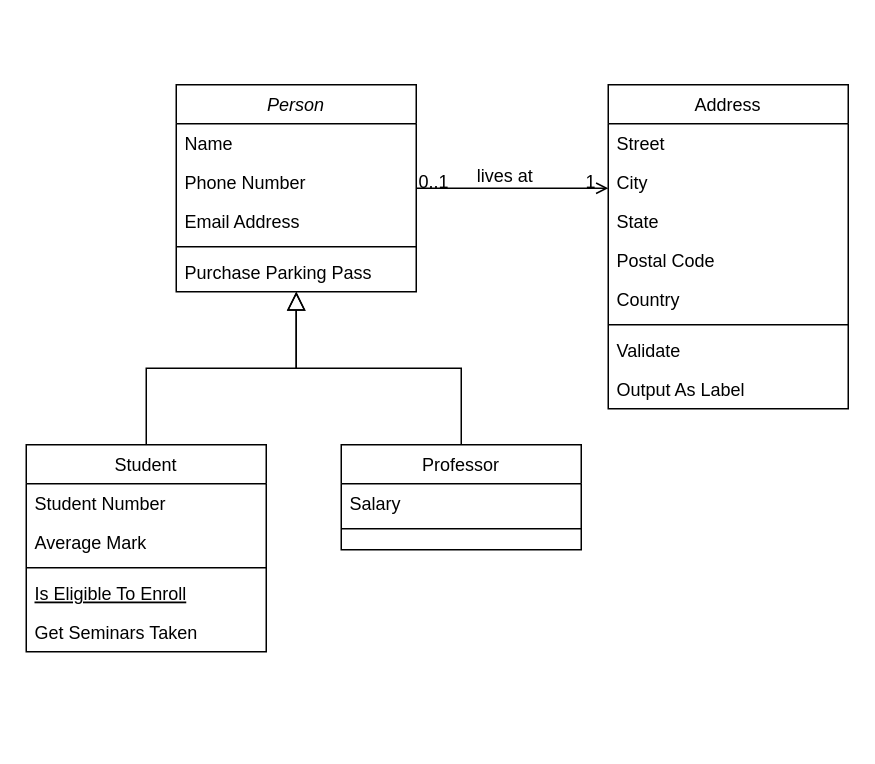
sehwan2/test keeps this draw.io diagram as 제목 없는 다이어그램.drawio. Above is the earlier version. Source tidied: cells renumbered, new cells numbered last; positions are measured from the earlier drawing's top-left corner, leaving out a move shared by most shapes. Both pictures are drawn from the tidied source at 150%, with x=0, y=0 at pixel (26, 84).
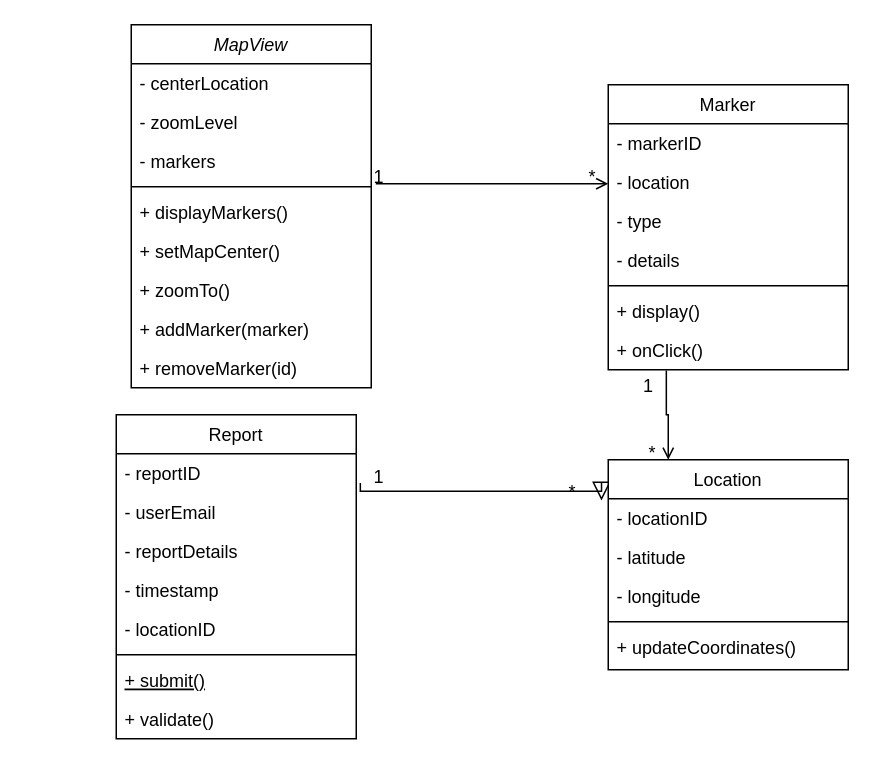
After the change.

Commit message:
제목 없는 다이어그램.drawio 업데이트

Change to the diagram source:
```diff
@@
-    <mxCell id="2" value="Person" style="swimlane;fontStyle=2;align=center;verticalAlign=top;horizontal=1;startSize=26;rounded=0;shadow=0;strokeWidth=1;" parent="1" vertex="1">
-      <mxGeometry x="100" width="160" height="138" as="geometry" />
+    <mxCell id="2" value="MapView" style="swimlane;fontStyle=2;align=center;verticalAlign=top;horizontal=1;startSize=26;rounded=0;shadow=0;strokeWidth=1;" parent="1" vertex="1">
+      <mxGeometry x="70" y="-40" width="160" height="242" as="geometry" />
     </mxCell>
-    <mxCell id="3" value="Name" style="text;align=left;verticalAlign=top;spacingLeft=4;spacingRight=4;overflow=hidden;" parent="2" vertex="1">
+    <mxCell id="3" value="- centerLocation" style="text;align=left;verticalAlign=top;spacingLeft=4;spacingRight=4;overflow=hidden;" parent="2" vertex="1">
       <mxGeometry y="26" width="160" height="26" as="geometry" />
     </mxCell>
-    <mxCell id="4" value="Phone Number" style="text;align=left;verticalAlign=top;spacingLeft=4;spacingRight=4;overflow=hidden;rounded=0;shadow=0;html=0;" parent="2" vertex="1">
+    <mxCell id="4" value="- zoomLevel" style="text;align=left;verticalAlign=top;spacingLeft=4;spacingRight=4;overflow=hidden;rounded=0;shadow=0;html=0;" parent="2" vertex="1">
       <mxGeometry y="52" width="160" height="26" as="geometry" />
     </mxCell>
-    <mxCell id="5" value="Email Address" style="text;align=left;verticalAlign=top;spacingLeft=4;spacingRight=4;overflow=hidden;rounded=0;shadow=0;html=0;" parent="2" vertex="1">
-      <mxGeometry y="78" width="160" height="26" as="geometry" />
-    </mxCell>
+    <mxCell id="32" value="- markers  " style="text;align=left;verticalAlign=top;spacingLeft=4;spacingRight=4;overflow=hidden;points=[[0,0.5],[1,0.5]];portConstraint=eastwest;rounded=0;shadow=0;html=0;" parent="2" vertex="1">
+      <mxGeometry y="78" width="160" height="26" as="geometry" />
+    </mxCell>
@@
-    <mxCell id="7" value="Purchase Parking Pass" style="text;align=left;verticalAlign=top;spacingLeft=4;spacingRight=4;overflow=hidden;" parent="2" vertex="1">
+    <mxCell id="7" value="+ displayMarkers()" style="text;align=left;verticalAlign=top;spacingLeft=4;spacingRight=4;overflow=hidden;" parent="2" vertex="1">
       <mxGeometry y="112" width="160" height="26" as="geometry" />
     </mxCell>
+    <mxCell id="33" value="+ setMapCenter()" style="text;align=left;verticalAlign=top;spacingLeft=4;spacingRight=4;overflow=hidden;" parent="2" vertex="1">
+      <mxGeometry y="138" width="160" height="26" as="geometry" />
+    </mxCell>
+    <mxCell id="34" value="+ zoomTo()" style="text;align=left;verticalAlign=top;spacingLeft=4;spacingRight=4;overflow=hidden;" parent="2" vertex="1">
+      <mxGeometry y="164" width="160" height="26" as="geometry" />
+    </mxCell>
+    <mxCell id="35" value="+ addMarker(marker)" style="text;align=left;verticalAlign=top;spacingLeft=4;spacingRight=4;overflow=hidden;" parent="2" vertex="1">
+      <mxGeometry y="190" width="160" height="26" as="geometry" />
+    </mxCell>
+    <mxCell id="36" value="+ removeMarker(id)" style="text;align=left;verticalAlign=top;spacingLeft=4;spacingRight=4;overflow=hidden;" parent="2" vertex="1">
+      <mxGeometry y="216" width="160" height="26" as="geometry" />
+    </mxCell>
-    <mxCell id="8" value="Student" style="swimlane;fontStyle=0;align=center;verticalAlign=top;horizontal=1;startSize=26;rounded=0;shadow=0;strokeWidth=1;" parent="1" vertex="1">
-      <mxGeometry y="240" width="160" height="138" as="geometry" />
+    <mxCell id="8" value="Report" style="swimlane;fontStyle=0;align=center;verticalAlign=top;horizontal=1;startSize=26;rounded=0;shadow=0;strokeWidth=1;" parent="1" vertex="1">
+      <mxGeometry x="60" y="220" width="160" height="216" as="geometry" />
     </mxCell>
-    <mxCell id="9" value="Student Number" style="text;align=left;verticalAlign=top;spacingLeft=4;spacingRight=4;overflow=hidden;points=[[0,0.5],[1,0.5]];portConstraint=eastwest;" parent="8" vertex="1">
+    <mxCell id="9" value="- reportID" style="text;align=left;verticalAlign=top;spacingLeft=4;spacingRight=4;overflow=hidden;points=[[0,0.5],[1,0.5]];portConstraint=eastwest;" parent="8" vertex="1">
       <mxGeometry y="26" width="160" height="26" as="geometry" />
     </mxCell>
-    <mxCell id="10" value="Average Mark" style="text;align=left;verticalAlign=top;spacingLeft=4;spacingRight=4;overflow=hidden;rounded=0;shadow=0;html=0;" parent="8" vertex="1">
+    <mxCell id="10" value="- userEmail" style="text;align=left;verticalAlign=top;spacingLeft=4;spacingRight=4;overflow=hidden;rounded=0;shadow=0;html=0;" parent="8" vertex="1">
       <mxGeometry y="52" width="160" height="26" as="geometry" />
     </mxCell>
+    <mxCell id="37" value="- reportDetails" style="text;align=left;verticalAlign=top;spacingLeft=4;spacingRight=4;overflow=hidden;rounded=0;shadow=0;html=0;" parent="8" vertex="1">
+      <mxGeometry y="78" width="160" height="26" as="geometry" />
+    </mxCell>
+    <mxCell id="38" value="- timestamp" style="text;align=left;verticalAlign=top;spacingLeft=4;spacingRight=4;overflow=hidden;rounded=0;shadow=0;html=0;" parent="8" vertex="1">
+      <mxGeometry y="104" width="160" height="26" as="geometry" />
+    </mxCell>
+    <mxCell id="39" value="- locationID" style="text;align=left;verticalAlign=top;spacingLeft=4;spacingRight=4;overflow=hidden;rounded=0;shadow=0;html=0;" parent="8" vertex="1">
+      <mxGeometry y="130" width="160" height="26" as="geometry" />
+    </mxCell>
     <mxCell id="11" style="line;html=1;strokeWidth=1;align=left;verticalAlign=middle;spacingTop=-1;spacingLeft=3;spacingRight=3;labelPosition=right;" parent="8" vertex="1">
-      <mxGeometry y="78" width="160" height="8" as="geometry" />
+      <mxGeometry y="156" width="160" height="8" as="geometry" />
     </mxCell>
-    <mxCell id="12" value="Is Eligible To Enroll" style="text;align=left;verticalAlign=top;spacingLeft=4;spacingRight=4;overflow=hidden;fontStyle=4;" parent="8" vertex="1">
-      <mxGeometry y="86" width="160" height="26" as="geometry" />
+    <mxCell id="12" value="+ submit()" style="text;align=left;verticalAlign=top;spacingLeft=4;spacingRight=4;overflow=hidden;fontStyle=4;" parent="8" vertex="1">
+      <mxGeometry y="164" width="160" height="26" as="geometry" />
     </mxCell>
-    <mxCell id="13" value="Get Seminars Taken" style="text;align=left;verticalAlign=top;spacingLeft=4;spacingRight=4;overflow=hidden;" parent="8" vertex="1">
-      <mxGeometry y="112" width="160" height="26" as="geometry" />
+    <mxCell id="13" value="+ validate()" style="text;align=left;verticalAlign=top;spacingLeft=4;spacingRight=4;overflow=hidden;" parent="8" vertex="1">
+      <mxGeometry y="190" width="160" height="26" as="geometry" />
     </mxCell>
-    <mxCell id="14" style="endArrow=block;endSize=10;endFill=0;shadow=0;strokeWidth=1;rounded=0;curved=0;edgeStyle=elbowEdgeStyle;elbow=vertical;" parent="1" edge="1" source="8" target="2">
+    <mxCell id="14" style="endArrow=block;endSize=10;endFill=0;shadow=0;strokeWidth=1;rounded=0;curved=0;edgeStyle=elbowEdgeStyle;elbow=vertical;entryX=-0.028;entryY=0.044;entryDx=0;entryDy=0;entryPerimeter=0;exitX=1.017;exitY=0.748;exitDx=0;exitDy=0;exitPerimeter=0;" parent="1" edge="1" source="9" target="16">
       <mxGeometry relative="1" as="geometry" />
     </mxCell>
-    <mxCell id="15" value="Professor" style="swimlane;fontStyle=0;align=center;verticalAlign=top;horizontal=1;startSize=26;rounded=0;shadow=0;strokeWidth=1;" parent="1" vertex="1">
-      <mxGeometry x="210" y="240" width="160" height="70" as="geometry" />
+    <mxCell id="15" value="Location" style="swimlane;fontStyle=0;align=center;verticalAlign=top;horizontal=1;startSize=26;rounded=0;shadow=0;strokeWidth=1;" parent="1" vertex="1">
+      <mxGeometry x="388" y="250" width="160" height="140" as="geometry" />
     </mxCell>
-    <mxCell id="16" value="Salary" style="text;align=left;verticalAlign=top;spacingLeft=4;spacingRight=4;overflow=hidden;points=[[0,0.5],[1,0.5]];portConstraint=eastwest;" parent="15" vertex="1">
+    <mxCell id="16" value="  - locationID" style="text;align=left;verticalAlign=top;spacingLeft=4;spacingRight=4;overflow=hidden;points=[[0,0.5],[1,0.5]];portConstraint=eastwest;" parent="15" vertex="1">
       <mxGeometry y="26" width="160" height="26" as="geometry" />
     </mxCell>
+    <mxCell id="40" value="   - latitude   " style="text;align=left;verticalAlign=top;spacingLeft=4;spacingRight=4;overflow=hidden;" parent="15" vertex="1">
+      <mxGeometry y="52" width="160" height="26" as="geometry" />
+    </mxCell>
+    <mxCell id="41" value="    - longitude    " style="text;align=left;verticalAlign=top;spacingLeft=4;spacingRight=4;overflow=hidden;" parent="15" vertex="1">
+      <mxGeometry y="78" width="160" height="26" as="geometry" />
+    </mxCell>
     <mxCell id="17" style="line;html=1;strokeWidth=1;align=left;verticalAlign=middle;spacingTop=-1;spacingLeft=3;spacingRight=3;labelPosition=right;" parent="15" vertex="1">
-      <mxGeometry y="52" width="160" height="8" as="geometry" />
+      <mxGeometry y="104" width="160" height="8" as="geometry" />
     </mxCell>
-    <mxCell id="18" style="endArrow=block;endSize=10;endFill=0;shadow=0;strokeWidth=1;rounded=0;curved=0;edgeStyle=elbowEdgeStyle;elbow=vertical;" parent="1" edge="1" source="15" target="2">
-      <mxGeometry relative="1" as="geometry" />
-    </mxCell>
+    <mxCell id="42" value=" + updateCoordinates()" style="text;align=left;verticalAlign=top;spacingLeft=4;spacingRight=4;overflow=hidden;" parent="15" vertex="1">
+      <mxGeometry y="112" width="160" height="26" as="geometry" />
+    </mxCell>
-    <mxCell id="19" value="Address" style="swimlane;fontStyle=0;align=center;verticalAlign=top;horizontal=1;startSize=26;rounded=0;shadow=0;strokeWidth=1;" parent="1" vertex="1">
-      <mxGeometry x="388" width="160" height="216" as="geometry" />
+    <mxCell id="19" value="Marker" style="swimlane;fontStyle=0;align=center;verticalAlign=top;horizontal=1;startSize=26;rounded=0;shadow=0;strokeWidth=1;" parent="1" vertex="1">
+      <mxGeometry x="388" width="160" height="190" as="geometry" />
     </mxCell>
-    <mxCell id="20" value="Street" style="text;align=left;verticalAlign=top;spacingLeft=4;spacingRight=4;overflow=hidden;" parent="19" vertex="1">
+    <mxCell id="20" value="- markerID" style="text;align=left;verticalAlign=top;spacingLeft=4;spacingRight=4;overflow=hidden;" parent="19" vertex="1">
       <mxGeometry y="26" width="160" height="26" as="geometry" />
     </mxCell>
-    <mxCell id="21" value="City" style="text;align=left;verticalAlign=top;spacingLeft=4;spacingRight=4;overflow=hidden;rounded=0;shadow=0;html=0;" parent="19" vertex="1">
+    <mxCell id="21" value="- location" style="text;align=left;verticalAlign=top;spacingLeft=4;spacingRight=4;overflow=hidden;rounded=0;shadow=0;html=0;" parent="19" vertex="1">
       <mxGeometry y="52" width="160" height="26" as="geometry" />
     </mxCell>
-    <mxCell id="22" value="State" style="text;align=left;verticalAlign=top;spacingLeft=4;spacingRight=4;overflow=hidden;rounded=0;shadow=0;html=0;" parent="19" vertex="1">
+    <mxCell id="22" value="- type" style="text;align=left;verticalAlign=top;spacingLeft=4;spacingRight=4;overflow=hidden;rounded=0;shadow=0;html=0;" parent="19" vertex="1">
       <mxGeometry y="78" width="160" height="26" as="geometry" />
     </mxCell>
-    <mxCell id="23" value="Postal Code" style="text;align=left;verticalAlign=top;spacingLeft=4;spacingRight=4;overflow=hidden;rounded=0;shadow=0;html=0;" parent="19" vertex="1">
+    <mxCell id="23" value="- details" style="text;align=left;verticalAlign=top;spacingLeft=4;spacingRight=4;overflow=hidden;rounded=0;shadow=0;html=0;" parent="19" vertex="1">
       <mxGeometry y="104" width="160" height="26" as="geometry" />
     </mxCell>
-    <mxCell id="24" value="Country" style="text;align=left;verticalAlign=top;spacingLeft=4;spacingRight=4;overflow=hidden;rounded=0;shadow=0;html=0;" parent="19" vertex="1">
-      <mxGeometry y="130" width="160" height="26" as="geometry" />
-    </mxCell>
     <mxCell id="25" style="line;html=1;strokeWidth=1;align=left;verticalAlign=middle;spacingTop=-1;spacingLeft=3;spacingRight=3;labelPosition=right;" parent="19" vertex="1">
-      <mxGeometry y="156" width="160" height="8" as="geometry" />
+      <mxGeometry y="130" width="160" height="8" as="geometry" />
     </mxCell>
-    <mxCell id="26" value="Validate" style="text;align=left;verticalAlign=top;spacingLeft=4;spacingRight=4;overflow=hidden;" parent="19" vertex="1">
-      <mxGeometry y="164" width="160" height="26" as="geometry" />
+    <mxCell id="26" value="+ display()" style="text;align=left;verticalAlign=top;spacingLeft=4;spacingRight=4;overflow=hidden;" parent="19" vertex="1">
+      <mxGeometry y="138" width="160" height="26" as="geometry" />
     </mxCell>
-    <mxCell id="27" value="Output As Label" style="text;align=left;verticalAlign=top;spacingLeft=4;spacingRight=4;overflow=hidden;points=[[0,0.5],[1,0.5]];portConstraint=eastwest;" parent="19" vertex="1">
-      <mxGeometry y="190" width="160" height="26" as="geometry" />
+    <mxCell id="27" value="+ onClick()" style="text;align=left;verticalAlign=top;spacingLeft=4;spacingRight=4;overflow=hidden;points=[[0,0.5],[1,0.5]];portConstraint=eastwest;" parent="19" vertex="1">
+      <mxGeometry y="164" width="160" height="26" as="geometry" />
     </mxCell>
-    <mxCell id="28" style="endArrow=open;shadow=0;strokeWidth=1;rounded=0;curved=0;endFill=1;edgeStyle=elbowEdgeStyle;elbow=vertical;" parent="1" edge="1" source="2" target="19">
+    <mxCell id="28" style="endArrow=open;shadow=0;strokeWidth=1;rounded=0;curved=0;endFill=1;edgeStyle=elbowEdgeStyle;elbow=vertical;exitX=1.019;exitY=1.077;exitDx=0;exitDy=0;exitPerimeter=0;" parent="1" edge="1" source="32" target="19">
       <mxGeometry x="0.5" y="41" relative="1" as="geometry">
         <mxPoint x="-40" y="32" as="offset" />
       </mxGeometry>
     </mxCell>
-    <mxCell id="29" value="0..1" style="align=left;verticalAlign=bottom;labelBackgroundColor=none;fontSize=12;" parent="28" vertex="1">
+    <mxCell id="29" value="1" style="align=left;verticalAlign=bottom;labelBackgroundColor=none;fontSize=12;" parent="28" vertex="1">
       <mxGeometry x="-1" relative="1" as="geometry">
-        <mxPoint y="4" as="offset" />
+        <mxPoint x="-3" y="4" as="offset" />
       </mxGeometry>
     </mxCell>
-    <mxCell id="30" value="1" style="align=right;verticalAlign=bottom;labelBackgroundColor=none;fontSize=12;" parent="28" vertex="1">
+    <mxCell id="30" value="*" style="align=right;verticalAlign=bottom;labelBackgroundColor=none;fontSize=12;" parent="28" vertex="1">
       <mxGeometry x="1" relative="1" as="geometry">
         <mxPoint x="-7" y="4" as="offset" />
       </mxGeometry>
     </mxCell>
-    <mxCell id="31" value="lives at" style="text;html=1;align=center;verticalAlign=middle;labelBackgroundColor=none;rounded=0;shadow=0;strokeWidth=1;fontSize=12;" parent="28" vertex="1">
-      <mxGeometry x="0.5" y="49" relative="1" as="geometry">
-        <mxPoint x="-38" y="40" as="offset" />
-      </mxGeometry>
-    </mxCell>
+    <mxCell id="43" value="1" style="align=left;verticalAlign=bottom;labelBackgroundColor=none;fontSize=12;direction=south;" parent="1" vertex="1">
+      <mxGeometry x="230" y="270" as="geometry" />
+    </mxCell>
+    <mxCell id="44" value="*" style="align=left;verticalAlign=bottom;labelBackgroundColor=none;fontSize=12;" parent="1" vertex="1">
+      <mxGeometry x="360" y="280" as="geometry" />
+    </mxCell>
+    <mxCell id="45" style="endArrow=open;shadow=0;strokeWidth=1;rounded=0;curved=0;endFill=1;edgeStyle=elbowEdgeStyle;elbow=vertical;exitX=0.242;exitY=1.022;exitDx=0;exitDy=0;exitPerimeter=0;entryX=0.25;entryY=0;entryDx=0;entryDy=0;" parent="1" edge="1" source="27" target="15">
+      <mxGeometry x="0.5" y="41" relative="1" as="geometry">
+        <mxPoint x="-40" y="32" as="offset" />
+      </mxGeometry>
+    </mxCell>
+    <mxCell id="46" value="1" style="align=left;verticalAlign=bottom;labelBackgroundColor=none;fontSize=12;" parent="45" vertex="1">
+      <mxGeometry x="-1" relative="1" as="geometry">
+        <mxPoint x="-17" y="19" as="offset" />
+      </mxGeometry>
+    </mxCell>
+    <mxCell id="47" value="*" style="align=right;verticalAlign=bottom;labelBackgroundColor=none;fontSize=12;" parent="45" vertex="1">
+      <mxGeometry x="1" relative="1" as="geometry">
+        <mxPoint x="-7" y="4" as="offset" />
+      </mxGeometry>
+    </mxCell>
```
